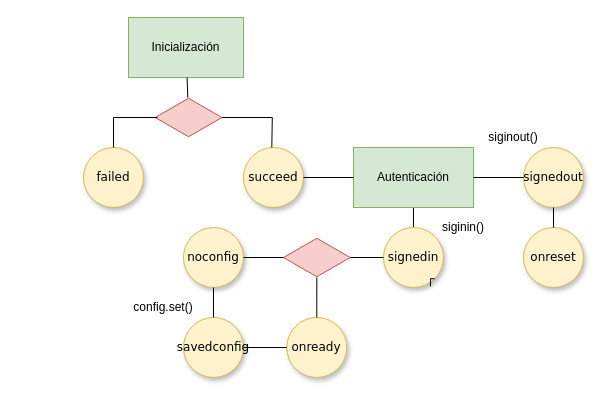
The draw.io diagram images/eventos.drawio in sio2sio2/braulio-core, before the edit. Source tidied: cells renumbered, new cells numbered last; positions are measured from the earlier drawing's top-left corner, leaving out a move shared by most shapes. Both pictures are drawn from the tidied source at 100%, with x=0, y=0 at pixel (83, 17).
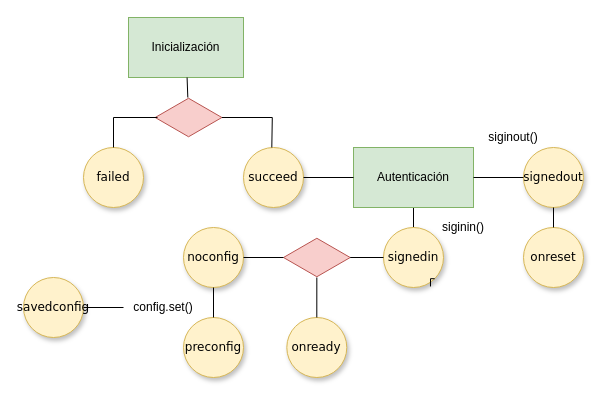
The same page after the edit.

Unchanged cells that the change refers to:
```xml
<mxCell id="24" value="onready" style="ellipse;whiteSpace=wrap;html=1;rounded=0;shadow=1;comic=0;labelBackgroundColor=none;strokeWidth=1;fontFamily=Verdana;fontSize=12;align=center;fillColor=#fff2cc;strokeColor=#d6b656;" parent="1" vertex="1">
  <mxGeometry x="203.3" y="300" width="60" height="60" as="geometry" />
</mxCell>
<mxCell id="29" value="config.set()" style="text;html=1;strokeColor=none;fillColor=none;align=center;verticalAlign=middle;whiteSpace=wrap;overflow=hidden;" parent="1" vertex="1">
  <mxGeometry x="40" y="280" width="80" height="20" as="geometry" />
</mxCell>
```

Change to the diagram source:
```diff
@@
-    <mxCell id="26" value="savedconfig" style="ellipse;whiteSpace=wrap;html=1;rounded=0;shadow=1;comic=0;labelBackgroundColor=none;strokeWidth=1;fontFamily=Verdana;fontSize=12;align=center;fillColor=#fff2cc;strokeColor=#d6b656;" parent="1" vertex="1">
+    <mxCell id="26" value="preconfig" style="ellipse;whiteSpace=wrap;html=1;rounded=0;shadow=1;comic=0;labelBackgroundColor=none;strokeWidth=1;fontFamily=Verdana;fontSize=12;align=center;fillColor=#fff2cc;strokeColor=#d6b656;" parent="1" vertex="1">
       <mxGeometry x="100" y="300" width="60" height="60" as="geometry" />
     </mxCell>
@@
-    <mxCell id="28" style="endArrow=none;html=1;strokeColor=#000000;" parent="1" edge="1" source="26" target="24">
-      <mxGeometry relative="1" as="geometry" />
-    </mxCell>
@@
+    <mxCell id="30" value="savedconfig" style="ellipse;whiteSpace=wrap;html=1;rounded=0;shadow=1;comic=0;labelBackgroundColor=none;strokeWidth=1;fontFamily=Verdana;fontSize=12;align=center;fillColor=#fff2cc;strokeColor=#d6b656;" parent="1" vertex="1">
+      <mxGeometry x="-60" y="260" width="60" height="60" as="geometry" />
+    </mxCell>
+    <mxCell id="31" style="endArrow=none;html=1;strokeColor=#000000;entryX=0;entryY=0.5;entryDx=0;entryDy=0;" parent="1" edge="1" source="30" target="29">
+      <mxGeometry relative="1" as="geometry" />
+    </mxCell>
```
